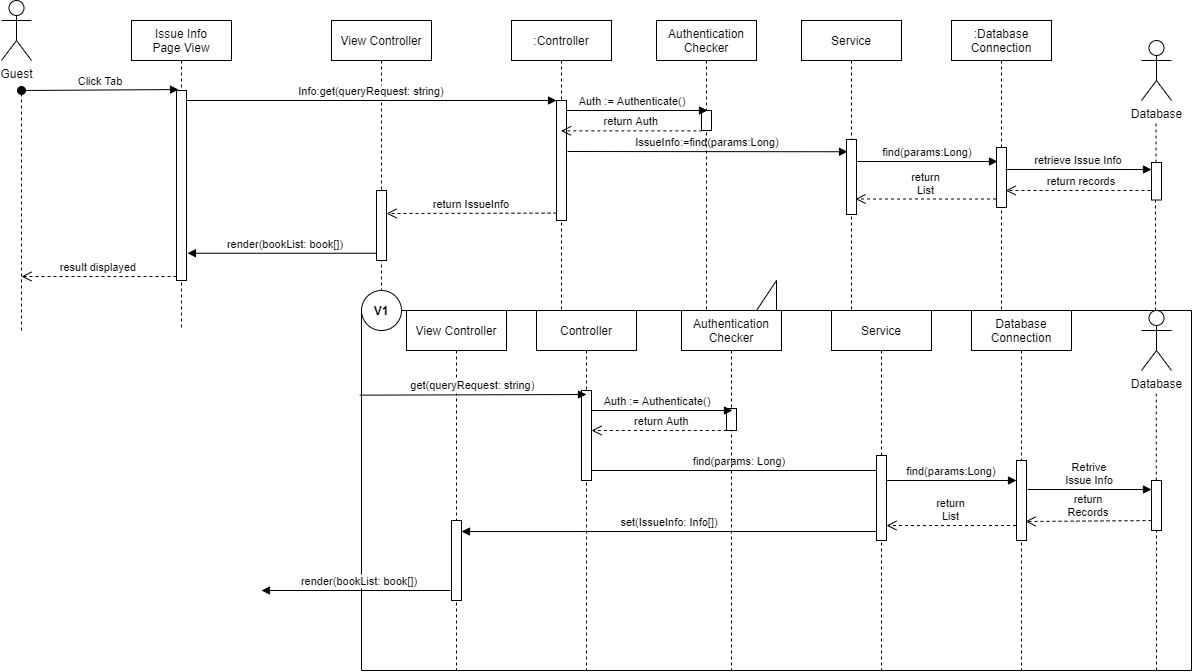
youngkwon02/Enhanced-library-management keeps this draw.io diagram as docs/SequenceDiagram/diagram_images/SD-UC-10.png. Above is the earlier version. Source tidied: cells renumbered, new cells last; positions are measured from the earlier drawing's top-left corner, leaving out a move shared by most shapes.
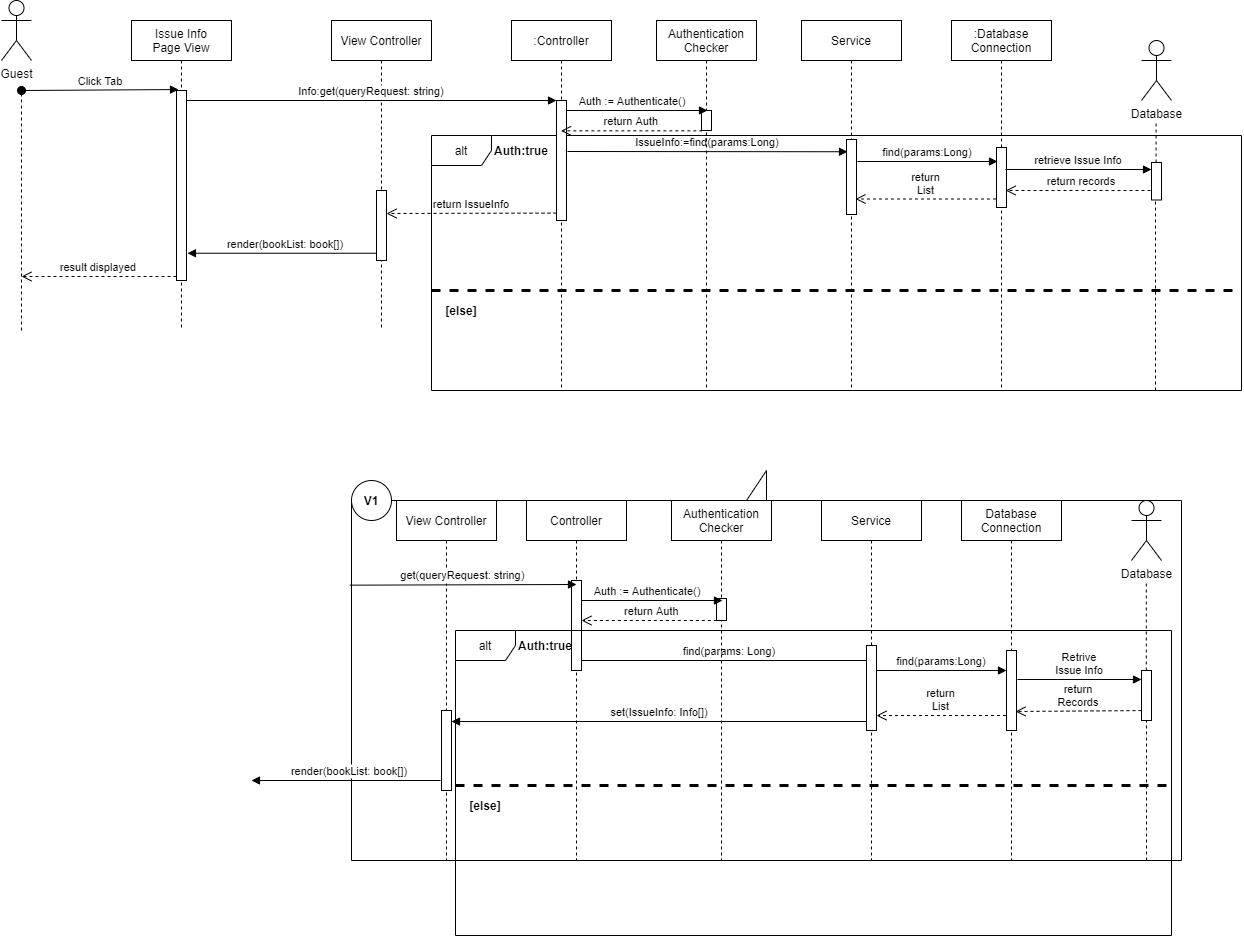
Later version of the same file.

Diff of the diagram source:
```diff
@@ -2,9 +2,15 @@
   <root>
     <mxCell id="0" />
     <mxCell id="1" parent="0" />
+    <mxCell id="59" value="alt" style="shape=umlFrame;whiteSpace=wrap;html=1;" parent="1" vertex="1">
+      <mxGeometry x="430" y="135" width="810" height="255" as="geometry" />
+    </mxCell>
     <mxCell id="2" style="shape=callout;whiteSpace=wrap;html=1;perimeter=calloutPerimeter;rotation=-180;" parent="1" vertex="1">
-      <mxGeometry x="360" y="280" width="830" height="390" as="geometry" />
+      <mxGeometry x="350" y="470" width="830" height="390" as="geometry" />
     </mxCell>
+    <mxCell id="6" style="ellipse;whiteSpace=wrap;html=1;" parent="1" vertex="1">
+      <mxGeometry x="350" y="480" width="40" height="40" as="geometry" />
+    </mxCell>
     <mxCell id="3" value="View Controller" style="shape=umlLifeline;perimeter=lifelinePerimeter;rounded=0;shadow=0;strokeWidth=1;" parent="1" vertex="1">
       <mxGeometry x="330" y="20" width="100" height="310" as="geometry" />
     </mxCell>
@@ -17,14 +23,11 @@
     <mxCell id="5" style="perimeter=orthogonalPerimeter;rounded=0;shadow=0;strokeWidth=1;" parent="3" vertex="1">
       <mxGeometry x="45" y="170" width="10" height="70" as="geometry" />
     </mxCell>
-    <mxCell id="6" style="ellipse;whiteSpace=wrap;html=1;" parent="3" vertex="1">
-      <mxGeometry x="30" y="270" width="40" height="40" as="geometry" />
-    </mxCell>
     <mxCell id="7" value="&lt;b&gt;V1&lt;/b&gt;" style="text;html=1;strokeColor=none;fillColor=none;align=center;verticalAlign=middle;whiteSpace=wrap;rounded=0;" parent="3" vertex="1">
-      <mxGeometry x="30" y="280" width="40" height="20" as="geometry" />
+      <mxGeometry x="20" y="470" width="40" height="20" as="geometry" />
     </mxCell>
     <mxCell id="8" value=":Controller" style="shape=umlLifeline;perimeter=lifelinePerimeter;rounded=0;shadow=0;strokeWidth=1;" parent="1" vertex="1">
-      <mxGeometry x="510" y="20" width="100" height="300" as="geometry" />
+      <mxGeometry x="510" y="20" width="100" height="370" as="geometry" />
     </mxCell>
     <mxCell id="9" style="points=[];perimeter=orthogonalPerimeter;rounded=0;shadow=0;strokeWidth=1;" parent="8" vertex="1">
       <mxGeometry x="45" y="80" width="10" height="120" as="geometry" />
@@ -44,7 +47,7 @@
       <mxGeometry width="30" height="60" as="geometry" />
     </mxCell>
     <mxCell id="13" value=":Database&#10;Connection" style="shape=umlLifeline;perimeter=lifelinePerimeter;rounded=0;shadow=0;strokeWidth=1;" parent="1" vertex="1">
-      <mxGeometry x="950" y="20" width="100" height="300" as="geometry" />
+      <mxGeometry x="950" y="20" width="100" height="370" as="geometry" />
     </mxCell>
     <mxCell id="14" style="perimeter=orthogonalPerimeter;rounded=0;shadow=0;strokeWidth=1;" parent="13" vertex="1">
       <mxGeometry x="45" y="127" width="10" height="60" as="geometry" />
@@ -87,68 +90,68 @@
       </mxGeometry>
     </mxCell>
     <mxCell id="22" value="Database" style="shape=umlActor;verticalLabelPosition=bottom;verticalAlign=top;html=1;" parent="1" vertex="1">
-      <mxGeometry x="1140" y="310" width="30" height="60" as="geometry" />
+      <mxGeometry x="1130" y="500" width="30" height="60" as="geometry" />
     </mxCell>
     <mxCell id="23" style="endArrow=none;dashed=1;html=1;startArrow=none;" parent="1" edge="1" source="25">
       <mxGeometry relative="1" as="geometry">
-        <mxPoint x="1154.8" y="390" as="targetPoint" />
+        <mxPoint x="1144.8" y="580" as="targetPoint" />
       </mxGeometry>
     </mxCell>
     <mxCell id="24" value="find(params: Long)" style="verticalAlign=bottom;endArrow=block;shadow=0;strokeWidth=1;" parent="1" edge="1" source="31">
       <mxGeometry relative="1" as="geometry">
-        <mxPoint x="885" y="470" as="targetPoint" />
+        <mxPoint x="875" y="660" as="targetPoint" />
       </mxGeometry>
     </mxCell>
     <mxCell id="25" style="points=[];perimeter=orthogonalPerimeter;rounded=0;shadow=0;strokeWidth=1;" parent="1" vertex="1">
-      <mxGeometry x="1150" y="480" width="10" height="50" as="geometry" />
+      <mxGeometry x="1140" y="670" width="10" height="50" as="geometry" />
     </mxCell>
     <mxCell id="26" style="endArrow=none;dashed=1;html=1;startArrow=none;" parent="1" edge="1" target="25">
       <mxGeometry relative="1" as="geometry">
-        <mxPoint x="1155" y="670" as="sourcePoint" />
+        <mxPoint x="1145" y="860" as="sourcePoint" />
       </mxGeometry>
     </mxCell>
     <mxCell id="27" value="Retrive&#10;Issue Info" style="verticalAlign=bottom;endArrow=block;shadow=0;strokeWidth=1;" parent="1" edge="1">
       <mxGeometry relative="1" as="geometry">
-        <mxPoint x="1026" y="489" as="sourcePoint" />
-        <mxPoint x="1150" y="489" as="targetPoint" />
+        <mxPoint x="1016" y="679" as="sourcePoint" />
+        <mxPoint x="1140" y="679" as="targetPoint" />
       </mxGeometry>
     </mxCell>
     <mxCell id="28" value="return&#10;Records" style="verticalAlign=bottom;endArrow=open;dashed=1;endSize=8;exitX=-0.026;exitY=1.002;shadow=0;strokeWidth=1;exitDx=0;exitDy=0;exitPerimeter=0;" parent="1" edge="1">
       <mxGeometry relative="1" as="geometry">
-        <mxPoint x="1150" y="520.1" as="sourcePoint" />
-        <mxPoint x="1024" y="521" as="targetPoint" />
+        <mxPoint x="1140" y="710.1" as="sourcePoint" />
+        <mxPoint x="1014" y="711" as="targetPoint" />
       </mxGeometry>
     </mxCell>
     <mxCell id="29" value="set(IssueInfo: Info[])" style="verticalAlign=bottom;endArrow=block;shadow=0;strokeWidth=1;entryX=1;entryY=0.138;entryDx=0;entryDy=0;entryPerimeter=0;" parent="1" edge="1" target="35">
       <mxGeometry relative="1" as="geometry">
-        <mxPoint x="876" y="531" as="sourcePoint" />
+        <mxPoint x="866" y="721" as="sourcePoint" />
       </mxGeometry>
     </mxCell>
     <mxCell id="30" value="Controller" style="shape=umlLifeline;perimeter=lifelinePerimeter;rounded=0;shadow=0;strokeWidth=1;" parent="1" vertex="1">
-      <mxGeometry x="535" y="310" width="100" height="360" as="geometry" />
+      <mxGeometry x="525" y="500" width="100" height="360" as="geometry" />
     </mxCell>
     <mxCell id="31" style="points=[];perimeter=orthogonalPerimeter;rounded=0;shadow=0;strokeWidth=1;" parent="30" vertex="1">
       <mxGeometry x="45" y="80" width="10" height="90" as="geometry" />
     </mxCell>
     <mxCell id="32" value="Database&#10;Connection" style="shape=umlLifeline;perimeter=lifelinePerimeter;rounded=0;shadow=0;strokeWidth=1;" parent="1" vertex="1">
-      <mxGeometry x="970" y="310" width="100" height="360" as="geometry" />
+      <mxGeometry x="960" y="500" width="100" height="360" as="geometry" />
     </mxCell>
     <mxCell id="33" style="perimeter=orthogonalPerimeter;rounded=0;shadow=0;strokeWidth=1;" parent="32" vertex="1">
       <mxGeometry x="45" y="150" width="10" height="80" as="geometry" />
     </mxCell>
     <mxCell id="34" value="View Controller" style="shape=umlLifeline;perimeter=lifelinePerimeter;rounded=0;shadow=0;strokeWidth=1;" parent="1" vertex="1">
-      <mxGeometry x="405" y="310" width="100" height="360" as="geometry" />
+      <mxGeometry x="395" y="500" width="100" height="360" as="geometry" />
     </mxCell>
     <mxCell id="35" style="points=[];perimeter=orthogonalPerimeter;rounded=0;shadow=0;strokeWidth=1;" parent="34" vertex="1">
       <mxGeometry x="45" y="210" width="10" height="80" as="geometry" />
     </mxCell>
     <mxCell id="36" value="get(queryRequest: string)" style="verticalAlign=bottom;endArrow=block;shadow=0;strokeWidth=1;exitX=1.002;exitY=0.706;exitDx=0;exitDy=0;exitPerimeter=0;" parent="1" edge="1" source="2">
       <mxGeometry relative="1" as="geometry">
-        <mxPoint x="585" y="394" as="targetPoint" />
+        <mxPoint x="575" y="584" as="targetPoint" />
       </mxGeometry>
     </mxCell>
     <mxCell id="37" value="Service" style="shape=umlLifeline;perimeter=lifelinePerimeter;rounded=0;shadow=0;strokeWidth=1;" parent="1" vertex="1">
-      <mxGeometry x="800" y="20" width="100" height="290" as="geometry" />
+      <mxGeometry x="800" y="20" width="100" height="370" as="geometry" />
     </mxCell>
     <mxCell id="38" style="perimeter=orthogonalPerimeter;rounded=0;shadow=0;strokeWidth=1;" parent="37" vertex="1">
       <mxGeometry x="45" y="119" width="10" height="75" as="geometry" />
@@ -164,24 +167,24 @@
     </mxCell>
     <mxCell id="41" style="endArrow=none;dashed=1;html=1;" parent="1" edge="1" target="40">
       <mxGeometry relative="1" as="geometry">
-        <mxPoint x="1154" y="310" as="sourcePoint" />
+        <mxPoint x="1154" y="390" as="sourcePoint" />
       </mxGeometry>
     </mxCell>
     <mxCell id="42" value="return&#10;List" style="verticalAlign=bottom;endArrow=open;dashed=1;endSize=8;shadow=0;strokeWidth=1;entryX=1;entryY=0.824;entryDx=0;entryDy=0;entryPerimeter=0;" parent="1" edge="1" target="44">
       <mxGeometry relative="1" as="geometry">
-        <mxPoint x="1014.5" y="525" as="sourcePoint" />
+        <mxPoint x="1004.5" y="715" as="sourcePoint" />
       </mxGeometry>
     </mxCell>
     <mxCell id="43" value="Service" style="shape=umlLifeline;perimeter=lifelinePerimeter;rounded=0;shadow=0;strokeWidth=1;" parent="1" vertex="1">
-      <mxGeometry x="830" y="310" width="100" height="360" as="geometry" />
+      <mxGeometry x="820" y="500" width="100" height="360" as="geometry" />
     </mxCell>
     <mxCell id="44" style="points=[];perimeter=orthogonalPerimeter;rounded=0;shadow=0;strokeWidth=1;" parent="43" vertex="1">
       <mxGeometry x="45" y="145" width="10" height="85" as="geometry" />
     </mxCell>
     <mxCell id="45" value="find(params:Long)" style="verticalAlign=bottom;endArrow=block;shadow=0;strokeWidth=1;" parent="1" edge="1">
       <mxGeometry relative="1" as="geometry">
-        <mxPoint x="885" y="480" as="sourcePoint" />
-        <mxPoint x="1015" y="480" as="targetPoint" />
+        <mxPoint x="875" y="670" as="sourcePoint" />
+        <mxPoint x="1005" y="670" as="targetPoint" />
       </mxGeometry>
     </mxCell>
     <mxCell id="46" value="return&#10;List" style="verticalAlign=bottom;endArrow=open;dashed=1;endSize=8;shadow=0;strokeWidth=1;" parent="1" edge="1">
@@ -191,7 +194,7 @@
       </mxGeometry>
     </mxCell>
     <mxCell id="47" value="Authentication&#10;Checker" style="shape=umlLifeline;perimeter=lifelinePerimeter;rounded=0;shadow=0;strokeWidth=1;" parent="1" vertex="1">
-      <mxGeometry x="655" y="20" width="100" height="290" as="geometry" />
+      <mxGeometry x="655" y="20" width="100" height="370" as="geometry" />
     </mxCell>
     <mxCell id="48" style="perimeter=orthogonalPerimeter;rounded=0;shadow=0;strokeWidth=1;" parent="47" vertex="1">
       <mxGeometry x="45" y="90" width="10" height="20" as="geometry" />
@@ -208,21 +211,21 @@
       </mxGeometry>
     </mxCell>
     <mxCell id="51" value="Authentication&#10;Checker" style="shape=umlLifeline;perimeter=lifelinePerimeter;rounded=0;shadow=0;strokeWidth=1;" parent="1" vertex="1">
-      <mxGeometry x="680" y="310" width="100" height="360" as="geometry" />
+      <mxGeometry x="670" y="500" width="100" height="360" as="geometry" />
     </mxCell>
     <mxCell id="52" style="perimeter=orthogonalPerimeter;rounded=0;shadow=0;strokeWidth=1;" parent="51" vertex="1">
       <mxGeometry x="45" y="98" width="10" height="22" as="geometry" />
     </mxCell>
     <mxCell id="53" value="Auth := Authenticate()" style="verticalAlign=bottom;endArrow=block;shadow=0;strokeWidth=1;exitX=0.5;exitY=0.1;exitDx=0;exitDy=0;exitPerimeter=0;" parent="1" edge="1">
       <mxGeometry x="-0.07" relative="1" as="geometry">
-        <mxPoint x="590" y="410" as="sourcePoint" />
-        <mxPoint x="731" y="410" as="targetPoint" />
+        <mxPoint x="580" y="600" as="sourcePoint" />
+        <mxPoint x="721" y="600" as="targetPoint" />
       </mxGeometry>
     </mxCell>
     <mxCell id="54" value="return Auth" style="verticalAlign=bottom;endArrow=open;dashed=1;endSize=8;shadow=0;strokeWidth=1;exitX=0.083;exitY=0.931;exitDx=0;exitDy=0;exitPerimeter=0;" parent="1" edge="1">
       <mxGeometry relative="1" as="geometry">
-        <mxPoint x="731.3" y="430" as="sourcePoint" />
-        <mxPoint x="590" y="430" as="targetPoint" />
+        <mxPoint x="721.3" y="620" as="sourcePoint" />
+        <mxPoint x="580" y="620" as="targetPoint" />
       </mxGeometry>
     </mxCell>
     <mxCell id="55" value="Issue Info&#10;Page View" style="shape=umlLifeline;perimeter=lifelinePerimeter;rounded=0;shadow=0;strokeWidth=1;" parent="1" vertex="1">
@@ -239,9 +242,36 @@
     </mxCell>
     <mxCell id="58" value="render(bookList: book[])" style="verticalAlign=bottom;endArrow=block;shadow=0;strokeWidth=1;entryX=1.097;entryY=0.822;entryDx=0;entryDy=0;entryPerimeter=0;" parent="1" edge="1">
       <mxGeometry x="-0.04" relative="1" as="geometry">
-        <mxPoint x="449" y="590" as="sourcePoint" />
-        <mxPoint x="260" y="590" as="targetPoint" />
+        <mxPoint x="439" y="780" as="sourcePoint" />
+        <mxPoint x="250" y="780" as="targetPoint" />
       </mxGeometry>
     </mxCell>
+    <mxCell id="60" value="&lt;b&gt;Auth:true&lt;/b&gt;" style="text;html=1;strokeColor=none;fillColor=none;align=center;verticalAlign=middle;whiteSpace=wrap;rounded=0;" parent="1" vertex="1">
+      <mxGeometry x="500" y="140" width="40" height="20" as="geometry" />
+    </mxCell>
+    <mxCell id="61" style="endArrow=none;dashed=1;html=1;strokeWidth=3;" parent="1" edge="1">
+      <mxGeometry relative="1" as="geometry">
+        <mxPoint x="430" y="290" as="sourcePoint" />
+        <mxPoint x="1240" y="290" as="targetPoint" />
+      </mxGeometry>
+    </mxCell>
+    <mxCell id="62" value="&lt;b&gt;[else]&lt;/b&gt;" style="text;html=1;strokeColor=none;fillColor=none;align=center;verticalAlign=middle;whiteSpace=wrap;rounded=0;" parent="1" vertex="1">
+      <mxGeometry x="440" y="300" width="40" height="20" as="geometry" />
+    </mxCell>
+    <mxCell id="63" value="alt" style="shape=umlFrame;whiteSpace=wrap;html=1;" parent="1" vertex="1">
+      <mxGeometry x="454" y="630" width="716" height="305" as="geometry" />
+    </mxCell>
+    <mxCell id="64" value="&lt;b&gt;Auth:true&lt;/b&gt;" style="text;html=1;strokeColor=none;fillColor=none;align=center;verticalAlign=middle;whiteSpace=wrap;rounded=0;" parent="1" vertex="1">
+      <mxGeometry x="524" y="635" width="40" height="20" as="geometry" />
+    </mxCell>
+    <mxCell id="65" style="endArrow=none;dashed=1;html=1;strokeWidth=3;" parent="1" edge="1">
+      <mxGeometry relative="1" as="geometry">
+        <mxPoint x="454" y="785" as="sourcePoint" />
+        <mxPoint x="1170" y="785" as="targetPoint" />
+      </mxGeometry>
+    </mxCell>
+    <mxCell id="66" value="&lt;b&gt;[else]&lt;/b&gt;" style="text;html=1;strokeColor=none;fillColor=none;align=center;verticalAlign=middle;whiteSpace=wrap;rounded=0;" parent="1" vertex="1">
+      <mxGeometry x="464" y="795" width="40" height="20" as="geometry" />
+    </mxCell>
   </root>
 </mxGraphModel>
```
